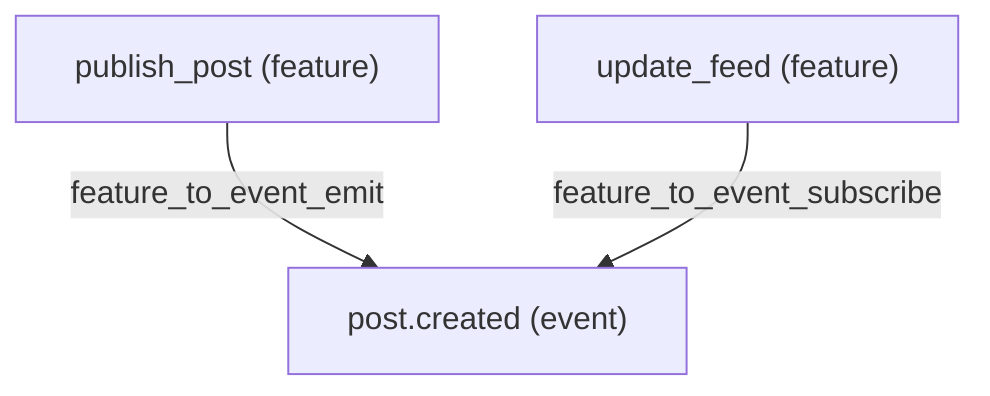
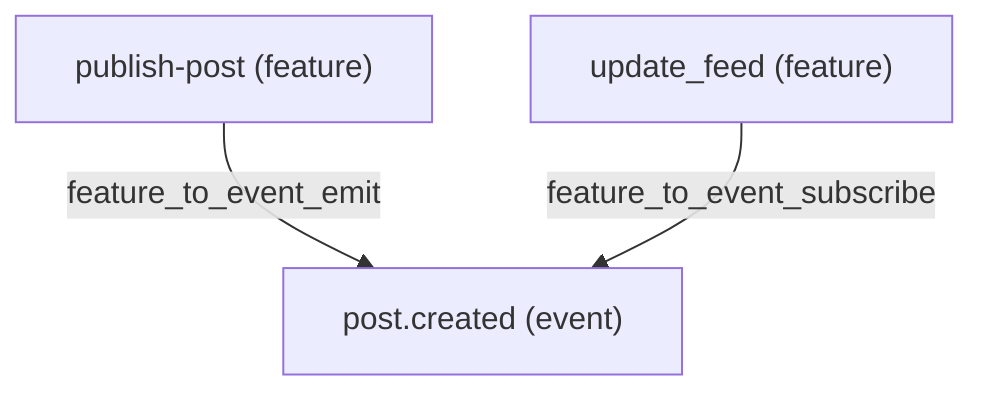
graph TD
-     N0["publish_post (feature)"]
+     N0["publish-post (feature)"]
    N1["post.created (event)"]
    N2["update_feed (feature)"]
    N0 -->|feature_to_event_emit| N1
    N2 -->|feature_to_event_subscribe| N1

